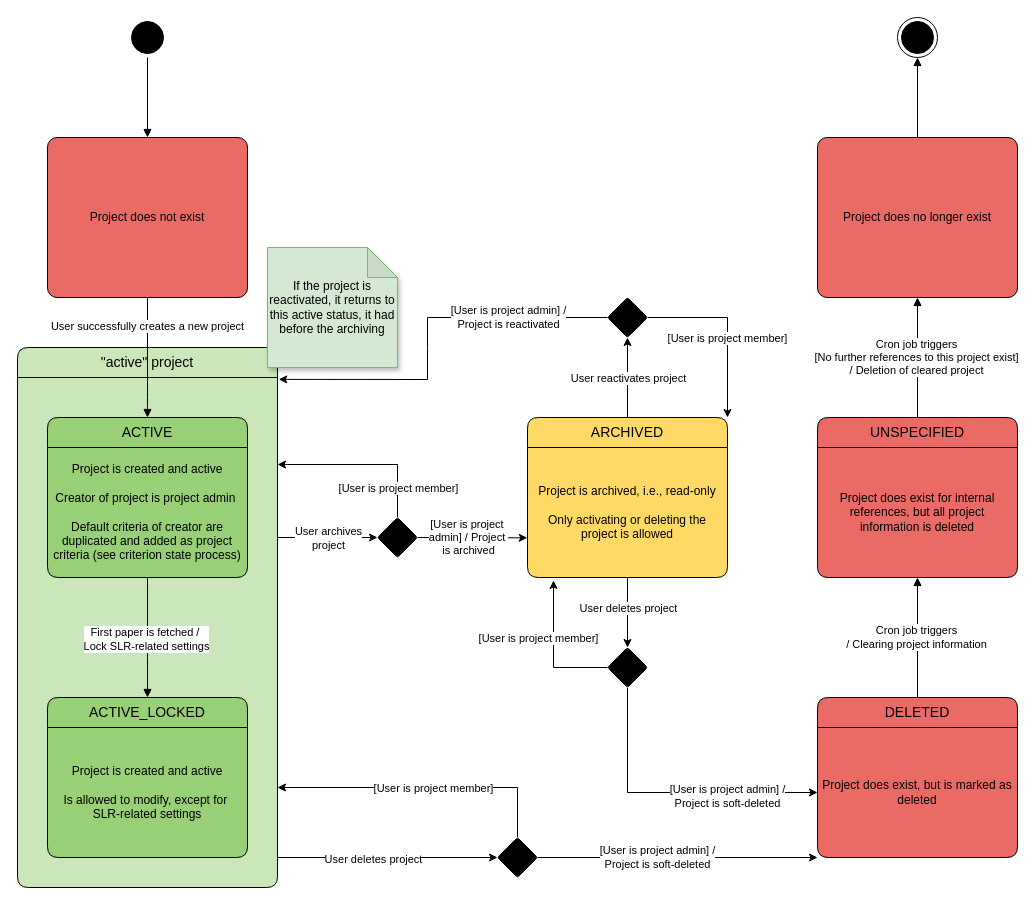
SE-UUlm/snowballr keeps this draw.io diagram as page "Project Lifecycle" (5 of 6) of SnowballR Diagrams.drawio. Above is the earlier version. Source tidied: cells renumbered, new cells numbered last; positions are measured from the earlier drawing's top-left corner, leaving out a move shared by most shapes. Both pictures are drawn from the tidied source at 100%, with x=0, y=0 at pixel (17, 17).
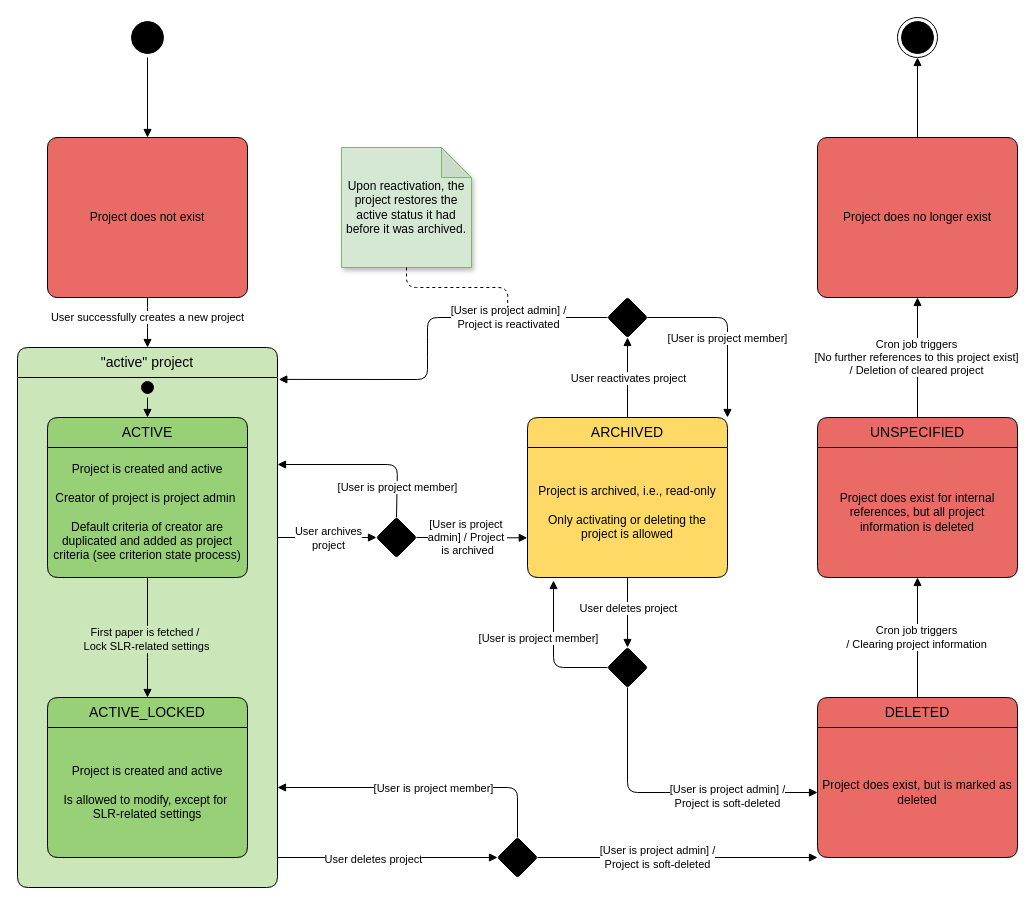
The same page after the edit.

Unchanged cells that the change refers to:
```xml
<mxCell id="2" value="&quot;active&quot; project" style="swimlane;horizontal=1;startSize=30;rounded=1;fontSize=14;fontStyle=0;strokeWidth=1;shadow=0;dashed=0;align=center;arcSize=12;whiteSpace=wrap;html=1;swimlaneFillColor=#97D07780;fillColor=light-dark(#97D07780,#97D07780);fillStyle=auto;" parent="1" vertex="1">
  <mxGeometry y="330" width="260" height="540" as="geometry" />
</mxCell>
<mxCell id="4" style="ellipse;html=1;shape=startState;fillColor=#000000;strokeColor=#000000;margin=4;spacing=2;" parent="1" vertex="1">
  <mxGeometry x="110" width="40" height="40" as="geometry" />
</mxCell>
<mxCell id="5" value="Project does not exist" style="rounded=1;whiteSpace=wrap;html=1;fillColor=#EA6B66;arcSize=6;" parent="1" vertex="1">
  <mxGeometry x="30" y="120" width="200" height="160" as="geometry" />
</mxCell>
<mxCell id="9" style="edgeStyle=orthogonalEdgeStyle;rounded=1;jettySize=auto;html=1;exitX=0.5;exitY=1;exitDx=0;exitDy=0;entryX=0.5;entryY=0;entryDx=0;entryDy=0;curved=0;endArrow=block;endFill=1;" parent="1" edge="1" target="7">
  <mxGeometry relative="1" as="geometry">
    <mxPoint x="130" y="560" as="sourcePoint" />
    <Array as="points">
      <mxPoint x="130" y="630" />
      <mxPoint x="130" y="630" />
    </Array>
  </mxGeometry>
</mxCell>
<mxCell id="11" value="DELETED" style="swimlane;horizontal=1;startSize=30;rounded=1;fontSize=14;fontStyle=0;strokeWidth=1;shadow=0;dashed=0;align=center;arcSize=12;whiteSpace=wrap;html=1;swimlaneFillColor=#EA6B66;fillColor=#EA6B66;" parent="1" vertex="1">
  <mxGeometry x="800" y="680" width="200" height="160" as="geometry" />
</mxCell>
<mxCell id="12" value="Project does exist, but is marked as deleted" style="align=center;strokeColor=none;fillColor=none;spacingLeft=4;spacingRight=4;fontSize=12;verticalAlign=middle;html=1;whiteSpace=wrap;" parent="11" vertex="1">
  <mxGeometry y="30" width="200" height="130" as="geometry" />
</mxCell>
<mxCell id="13" value="UNSPECIFIED" style="swimlane;horizontal=1;startSize=30;rounded=1;fontSize=14;fontStyle=0;strokeWidth=1;shadow=0;dashed=0;align=center;arcSize=12;whiteSpace=wrap;html=1;swimlaneFillColor=#EA6B66;fillColor=#EA6B66;" parent="1" vertex="1">
  <mxGeometry x="800" y="400" width="200" height="160" as="geometry" />
</mxCell>
<mxCell id="14" value="&lt;div&gt;Project does exist for internal references, but all project&lt;/div&gt;&lt;div&gt;information is deleted&lt;/div&gt;" style="align=center;strokeColor=none;fillColor=none;spacingLeft=4;spacingRight=4;fontSize=12;verticalAlign=middle;html=1;whiteSpace=wrap;" parent="13" vertex="1">
  <mxGeometry y="30" width="200" height="130" as="geometry" />
</mxCell>
<mxCell id="17" value="Project does no longer exist" style="rounded=1;whiteSpace=wrap;html=1;fillColor=#EA6B66;arcSize=6;" parent="1" vertex="1">
  <mxGeometry x="800" y="120" width="200" height="160" as="geometry" />
</mxCell>
<mxCell id="20" style="ellipse;html=1;shape=endState;fillColor=#000000;strokeColor=#000000;" parent="1" vertex="1">
  <mxGeometry x="880" width="40" height="40" as="geometry" />
</mxCell>
<mxCell id="22" value="ACTIVE" style="swimlane;horizontal=1;startSize=30;rounded=1;fontSize=14;fontStyle=0;strokeWidth=1;shadow=0;dashed=0;align=center;arcSize=12;whiteSpace=wrap;html=1;swimlaneFillColor=#97D077;fillColor=#97D077;" parent="1" vertex="1">
  <mxGeometry x="30" y="400" width="200" height="160" as="geometry" />
</mxCell>
<mxCell id="24" value="ARCHIVED" style="swimlane;horizontal=1;startSize=30;rounded=1;fontSize=14;fontStyle=0;strokeWidth=1;shadow=0;dashed=0;align=center;arcSize=12;whiteSpace=wrap;html=1;swimlaneFillColor=#FFD966;fillColor=#FFD966;swimlaneLine=1;swimlaneHead=1;swimlaneBody=1;" parent="1" vertex="1">
  <mxGeometry x="510" y="400" width="200" height="160" as="geometry" />
</mxCell>
<mxCell id="25" value="Project is archived, i.e., read-only&lt;div&gt;&lt;br&gt;&lt;/div&gt;&lt;div&gt;Only activating or deleting the project is allowed&lt;/div&gt;" style="align=center;strokeColor=none;fillColor=none;spacingLeft=4;spacingRight=4;fontSize=12;verticalAlign=middle;html=1;whiteSpace=wrap;" parent="24" vertex="1">
  <mxGeometry y="30" width="200" height="130" as="geometry" />
</mxCell>
<mxCell id="33" style="rhombus;whiteSpace=wrap;html=1;fillColor=#000000;rounded=1;arcSize=5;" parent="1" vertex="1">
  <mxGeometry x="590" y="630" width="40" height="40" as="geometry" />
</mxCell>
<mxCell id="40" style="rhombus;whiteSpace=wrap;html=1;fillColor=#000000;rounded=1;arcSize=5;" parent="1" vertex="1">
  <mxGeometry x="480" y="820" width="40" height="40" as="geometry" />
</mxCell>
<mxCell id="47" style="rhombus;whiteSpace=wrap;html=1;fillColor=#000000;rounded=1;arcSize=5;" parent="1" vertex="1">
  <mxGeometry x="590" y="280" width="40" height="40" as="geometry" />
</mxCell>
```

Change to the diagram source:
```diff
@@
-    <mxCell id="3" style="edgeStyle=orthogonalEdgeStyle;rounded=0;jettySize=auto;html=1;entryX=0.5;entryY=0;entryDx=0;entryDy=0;exitX=0.5;exitY=1;exitDx=0;exitDy=0;endArrow=block;endFill=1;" parent="1" edge="1" source="4" target="5">
+    <mxCell id="3" style="edgeStyle=orthogonalEdgeStyle;rounded=1;jettySize=auto;html=1;entryX=0.5;entryY=0;entryDx=0;entryDy=0;exitX=0.5;exitY=1;exitDx=0;exitDy=0;endArrow=block;endFill=1;curved=0;" parent="1" edge="1" source="4" target="5">
       <mxGeometry relative="1" as="geometry" />
     </mxCell>
@@
     <mxCell id="6" value="User successfully creates a new project" style="edgeStyle=orthogonalEdgeStyle;rounded=1;jettySize=auto;html=1;exitX=0.5;exitY=1;exitDx=0;exitDy=0;entryX=0.5;entryY=0;entryDx=0;entryDy=0;curved=0;endArrow=block;endFill=1;" parent="1" edge="1" source="5">
-      <mxGeometry x="-0.5" relative="1" as="geometry">
-        <mxPoint x="130" y="400" as="targetPoint" />
+      <mxGeometry x="-0.2" relative="1" as="geometry">
+        <mxPoint x="130" y="330" as="targetPoint" />
         <Array as="points">
-          <mxPoint x="130" y="390" />
-          <mxPoint x="130" y="390" />
+          <mxPoint x="130" y="300" />
+          <mxPoint x="130" y="300" />
         </Array>
-        <mxPoint y="-1" as="offset" />
       </mxGeometry>
     </mxCell>
@@
-    <mxCell id="10" value="First paper is fetched /&amp;nbsp;&lt;div&gt;Lock SLR-related settings&lt;/div&gt;" style="edgeLabel;html=1;align=center;verticalAlign=middle;" parent="9" vertex="1">
+    <mxCell id="10" value="First paper is fetched /&amp;nbsp;&lt;div&gt;Lock SLR-related settings&lt;/div&gt;" style="edgeLabel;html=1;align=center;verticalAlign=middle;labelBackgroundColor=light-dark(#cbe7bb, #ededed);" parent="9" vertex="1">
       <mxGeometry x="0.36" y="-1" relative="1" as="geometry">
         <mxPoint x="-1" y="-21" as="offset" />
       </mxGeometry>
     </mxCell>
@@
-    <mxCell id="15" style="edgeStyle=orthogonalEdgeStyle;rounded=0;jettySize=auto;html=1;exitX=0.5;exitY=0;exitDx=0;exitDy=0;entryX=0.5;entryY=1;entryDx=0;entryDy=0;endArrow=block;endFill=1;" parent="1" edge="1" source="11" target="14">
+    <mxCell id="15" style="edgeStyle=orthogonalEdgeStyle;rounded=1;jettySize=auto;html=1;exitX=0.5;exitY=0;exitDx=0;exitDy=0;entryX=0.5;entryY=1;entryDx=0;entryDy=0;endArrow=block;endFill=1;curved=0;" parent="1" edge="1" source="11" target="14">
       <mxGeometry relative="1" as="geometry" />
     </mxCell>
@@
-    <mxCell id="18" style="edgeStyle=orthogonalEdgeStyle;rounded=0;jettySize=auto;html=1;exitX=0.5;exitY=0;exitDx=0;exitDy=0;entryX=0.5;entryY=1;entryDx=0;entryDy=0;endArrow=block;endFill=1;" parent="1" edge="1" source="13" target="17">
+    <mxCell id="18" style="edgeStyle=orthogonalEdgeStyle;rounded=1;jettySize=auto;html=1;exitX=0.5;exitY=0;exitDx=0;exitDy=0;entryX=0.5;entryY=1;entryDx=0;entryDy=0;endArrow=block;endFill=1;curved=0;" parent="1" edge="1" source="13" target="17">
       <mxGeometry relative="1" as="geometry" />
     </mxCell>
@@
-    <mxCell id="21" style="edgeStyle=orthogonalEdgeStyle;rounded=0;jettySize=auto;html=1;entryX=0.5;entryY=1;entryDx=0;entryDy=0;exitX=0.5;exitY=0;exitDx=0;exitDy=0;endArrow=block;endFill=1;" parent="1" edge="1" source="17" target="20">
+    <mxCell id="21" style="edgeStyle=orthogonalEdgeStyle;rounded=1;jettySize=auto;html=1;entryX=0.5;entryY=1;entryDx=0;entryDy=0;exitX=0.5;exitY=0;exitDx=0;exitDy=0;endArrow=block;endFill=1;curved=0;" parent="1" edge="1" source="17" target="20">
       <mxGeometry relative="1" as="geometry" />
     </mxCell>
@@
     <mxCell id="26" style="rhombus;whiteSpace=wrap;html=1;fillColor=#000000;rounded=1;arcSize=5;" parent="1" vertex="1">
-      <mxGeometry x="360" y="500" width="40" height="40" as="geometry" />
+      <mxGeometry x="359" y="500" width="40" height="40" as="geometry" />
     </mxCell>
-    <mxCell id="27" style="endArrow=classic;html=1;rounded=0;exitX=1;exitY=0.5;exitDx=0;exitDy=0;entryX=-0.001;entryY=0.695;entryDx=0;entryDy=0;entryPerimeter=0;" parent="1" edge="1" source="26" target="25">
+    <mxCell id="27" style="endArrow=block;html=1;rounded=1;exitX=1;exitY=0.5;exitDx=0;exitDy=0;entryX=-0.001;entryY=0.695;entryDx=0;entryDy=0;entryPerimeter=0;curved=0;endFill=1;" parent="1" edge="1" source="26" target="25">
       <mxGeometry relative="1" as="geometry" />
     </mxCell>
@@
-    <mxCell id="29" style="endArrow=classic;html=1;rounded=0;entryX=0;entryY=0.5;entryDx=0;entryDy=0;" parent="1" edge="1" target="26">
+    <mxCell id="29" style="endArrow=block;html=1;rounded=1;entryX=0;entryY=0.5;entryDx=0;entryDy=0;curved=0;endFill=1;" parent="1" edge="1" target="26">
       <mxGeometry relative="1" as="geometry">
         <mxPoint x="260" y="520" as="sourcePoint" />
       </mxGeometry>
     </mxCell>
@@
-    <mxCell id="31" style="endArrow=classic;html=1;rounded=0;exitX=0.5;exitY=0;exitDx=0;exitDy=0;" parent="1" edge="1" source="26">
+    <mxCell id="31" style="endArrow=block;html=1;rounded=1;exitX=0.5;exitY=0;exitDx=0;exitDy=0;curved=0;endFill=1;" parent="1" edge="1" source="26">
       <mxGeometry relative="1" as="geometry">
         <mxPoint x="260" y="447" as="targetPoint" />
         <Array as="points">
           <mxPoint x="380" y="447" />
         </Array>
       </mxGeometry>
     </mxCell>
@@
-    <mxCell id="34" style="endArrow=classic;html=1;rounded=0;exitX=0.5;exitY=1;exitDx=0;exitDy=0;entryX=0.5;entryY=0;entryDx=0;entryDy=0;" parent="1" edge="1" source="25" target="33">
+    <mxCell id="34" style="endArrow=block;html=1;rounded=1;exitX=0.5;exitY=1;exitDx=0;exitDy=0;entryX=0.5;entryY=0;entryDx=0;entryDy=0;curved=0;endFill=1;" parent="1" edge="1" source="25" target="33">
       <mxGeometry relative="1" as="geometry" />
     </mxCell>
@@
-    <mxCell id="36" style="endArrow=classic;html=1;rounded=0;exitX=0;exitY=0.5;exitDx=0;exitDy=0;entryX=0.13;entryY=1.023;entryDx=0;entryDy=0;entryPerimeter=0;" parent="1" edge="1" source="33" target="25">
-      <mxGeometry relative="1" as="geometry">
-        <Array as="points">
-          <mxPoint x="536" y="650" />
-        </Array>
-      </mxGeometry>
+    <mxCell id="36" style="endArrow=block;html=1;rounded=1;exitX=0;exitY=0.5;exitDx=0;exitDy=0;entryX=0.13;entryY=1.023;entryDx=0;entryDy=0;entryPerimeter=0;edgeStyle=orthogonalEdgeStyle;endFill=1;" parent="1" edge="1" source="33" target="25">
+      <mxGeometry relative="1" as="geometry" />
     </mxCell>
@@
-    <mxCell id="38" style="endArrow=classic;html=1;rounded=0;entryX=0;entryY=0.5;entryDx=0;entryDy=0;exitX=0.5;exitY=1;exitDx=0;exitDy=0;" parent="1" edge="1" source="33" target="12">
+    <mxCell id="38" style="endArrow=block;html=1;rounded=1;entryX=0;entryY=0.5;entryDx=0;entryDy=0;exitX=0.5;exitY=1;exitDx=0;exitDy=0;curved=0;endFill=1;" parent="1" edge="1" source="33" target="12">
       <mxGeometry relative="1" as="geometry">
         <Array as="points">
           <mxPoint x="610" y="775" />
         </Array>
       </mxGeometry>
     </mxCell>
@@
-    <mxCell id="41" style="endArrow=classic;html=1;rounded=0;entryX=0;entryY=0.5;entryDx=0;entryDy=0;" parent="1" edge="1" target="40">
+    <mxCell id="41" style="endArrow=block;html=1;rounded=1;entryX=0;entryY=0.5;entryDx=0;entryDy=0;curved=0;endFill=1;" parent="1" edge="1" target="40">
       <mxGeometry relative="1" as="geometry">
         <mxPoint x="260" y="840" as="sourcePoint" />
       </mxGeometry>
     </mxCell>
@@
-    <mxCell id="43" style="endArrow=classic;html=1;rounded=0;exitX=0.5;exitY=0;exitDx=0;exitDy=0;" parent="1" edge="1" source="40">
+    <mxCell id="43" style="endArrow=block;html=1;rounded=1;exitX=0.5;exitY=0;exitDx=0;exitDy=0;curved=0;endFill=1;" parent="1" edge="1" source="40">
       <mxGeometry relative="1" as="geometry">
         <mxPoint x="260" y="770" as="targetPoint" />
         <Array as="points">
           <mxPoint x="500" y="770" />
         </Array>
       </mxGeometry>
     </mxCell>
@@
-    <mxCell id="45" style="endArrow=classic;html=1;rounded=0;exitX=1;exitY=0.5;exitDx=0;exitDy=0;entryX=0;entryY=1;entryDx=0;entryDy=0;" parent="1" edge="1" source="40" target="12">
+    <mxCell id="45" style="endArrow=block;html=1;rounded=1;exitX=1;exitY=0.5;exitDx=0;exitDy=0;entryX=0;entryY=1;entryDx=0;entryDy=0;curved=0;endFill=1;" parent="1" edge="1" source="40" target="12">
       <mxGeometry relative="1" as="geometry" />
     </mxCell>
@@
-    <mxCell id="48" style="endArrow=classic;html=1;rounded=0;exitX=0.5;exitY=0;exitDx=0;exitDy=0;entryX=0.5;entryY=1;entryDx=0;entryDy=0;" parent="1" edge="1" source="24" target="47">
+    <mxCell id="48" style="endArrow=block;html=1;rounded=1;exitX=0.5;exitY=0;exitDx=0;exitDy=0;entryX=0.5;entryY=1;entryDx=0;entryDy=0;curved=0;endFill=1;" parent="1" edge="1" source="24" target="47">
       <mxGeometry relative="1" as="geometry" />
     </mxCell>
@@
-    <mxCell id="50" style="endArrow=classic;html=1;rounded=0;exitX=1;exitY=0.5;exitDx=0;exitDy=0;entryX=1;entryY=0;entryDx=0;entryDy=0;" parent="1" edge="1" source="47" target="24">
+    <mxCell id="50" style="endArrow=block;html=1;rounded=1;exitX=1;exitY=0.5;exitDx=0;exitDy=0;entryX=1;entryY=0;entryDx=0;entryDy=0;curved=0;endFill=1;" parent="1" edge="1" source="47" target="24">
       <mxGeometry relative="1" as="geometry">
         <Array as="points">
           <mxPoint x="710" y="300" />
         </Array>
       </mxGeometry>
     </mxCell>
@@
-    <mxCell id="52" style="endArrow=classic;html=1;rounded=0;entryX=1.005;entryY=0.059;entryDx=0;entryDy=0;exitX=0;exitY=0.5;exitDx=0;exitDy=0;entryPerimeter=0;" parent="1" edge="1" source="47" target="2">
+    <mxCell id="52" style="endArrow=block;html=1;rounded=1;entryX=1.005;entryY=0.059;entryDx=0;entryDy=0;exitX=0;exitY=0.5;exitDx=0;exitDy=0;entryPerimeter=0;curved=0;endFill=1;" parent="1" edge="1" source="47">
       <mxGeometry relative="1" as="geometry">
+        <mxPoint x="261.3" y="361.9" as="targetPoint" />
         <Array as="points">
           <mxPoint x="410" y="300" />
           <mxPoint x="410" y="330" />
           <mxPoint x="410" y="362" />
         </Array>
       </mxGeometry>
     </mxCell>
@@
-    <mxCell id="54" value="If the project is reactivated, it returns to this active status, it had before the archiving" style="shape=note;whiteSpace=wrap;html=1;backgroundOutline=1;darkOpacity=0.05;fillColor=#d5e8d4;strokeColor=#82b366;shadow=1;" parent="1" vertex="1">
-      <mxGeometry x="250" y="230" width="130" height="120" as="geometry" />
+    <mxCell id="54" value="Upon reactivation, the project restores the active status it had before it was archived." style="shape=note;whiteSpace=wrap;html=1;backgroundOutline=1;darkOpacity=0.05;fillColor=#d5e8d4;strokeColor=#82b366;shadow=1;" parent="1" vertex="1">
+      <mxGeometry x="324" y="130" width="130" height="120" as="geometry" />
     </mxCell>
+    <mxCell id="55" style="endArrow=none;dashed=1;html=1;rounded=1;exitX=0.5;exitY=1;exitDx=0;exitDy=0;exitPerimeter=0;edgeStyle=orthogonalEdgeStyle;" parent="1" edge="1" source="54">
+      <mxGeometry relative="1" as="geometry">
+        <mxPoint x="490" y="290" as="targetPoint" />
+      </mxGeometry>
+    </mxCell>
+    <mxCell id="56" style="ellipse;html=1;shape=startState;fillColor=#000000;strokeColor=#000000;margin=4;spacing=2;" parent="1" vertex="1">
+      <mxGeometry x="120" y="360" width="20" height="20" as="geometry" />
+    </mxCell>
+    <mxCell id="57" style="edgeStyle=orthogonalEdgeStyle;rounded=1;jettySize=auto;html=1;entryX=0.5;entryY=0;entryDx=0;entryDy=0;exitX=0.5;exitY=1;exitDx=0;exitDy=0;endArrow=block;endFill=1;curved=0;" parent="1" edge="1" source="56" target="22">
+      <mxGeometry relative="1" as="geometry" />
+    </mxCell>
```
